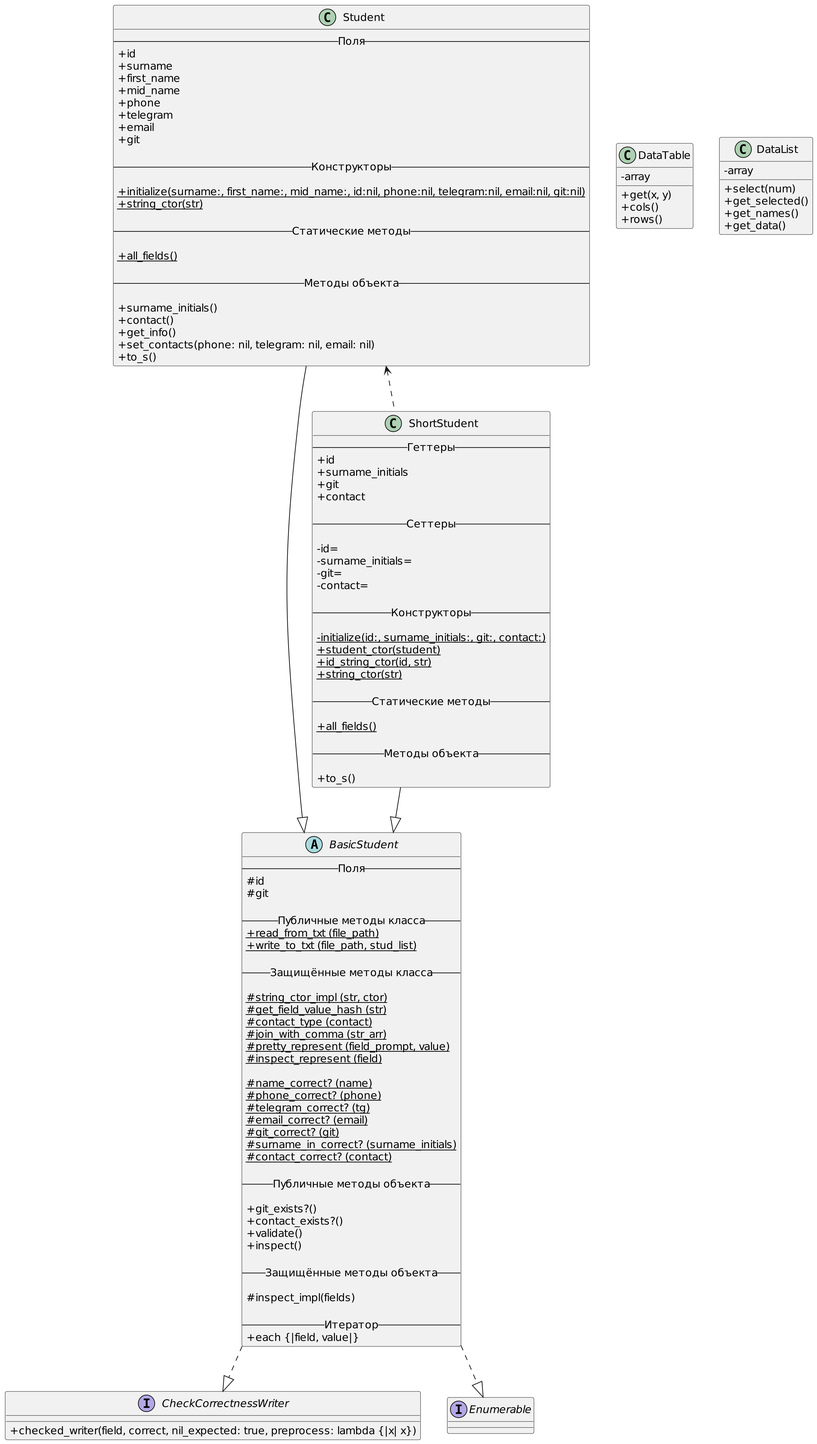
The PlantUML diagram LR2/uml/uml.png in wintttr/OOP, before a commit.
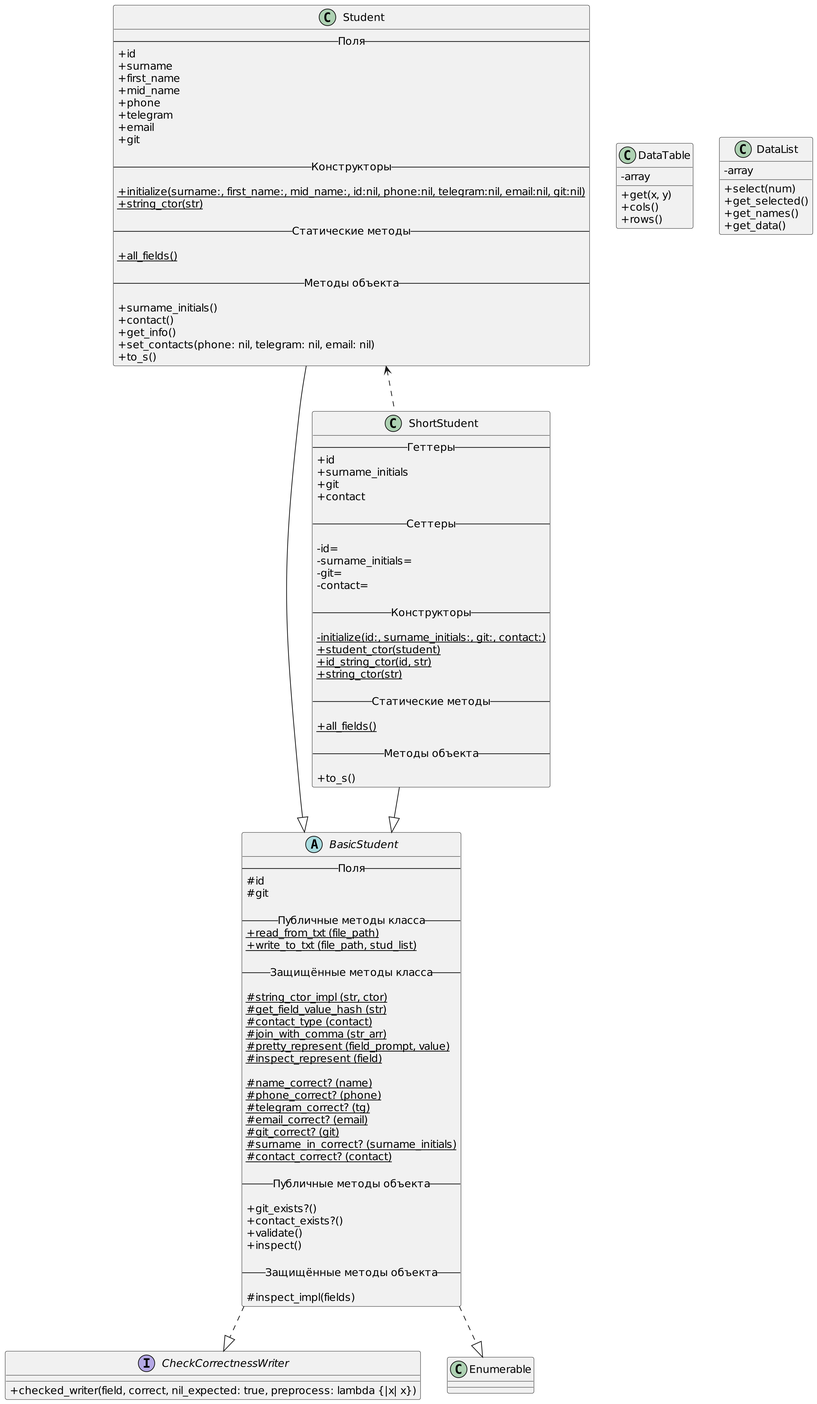
After the commit.

Commit message:
Передумал обратно. each не нужен, all_fields нужны

Change to the diagram source:
```diff
@@ -38,9 +38,6 @@
 	-- Защищённые методы объекта --
 
 	{method} # inspect_impl(fields)
-
-	-- Итератор --
-	{method} + each {|field, value|}
 }
 
 class Student {
@@ -123,7 +120,6 @@
 	{method} + checked_writer(field, correct, nil_expected: true, preprocess: lambda {|x| x})
 }
 
-interface Enumerable {}
 
 BasicStudent ..|> CheckCorrectnessWriter
 BasicStudent ..|> Enumerable
```
